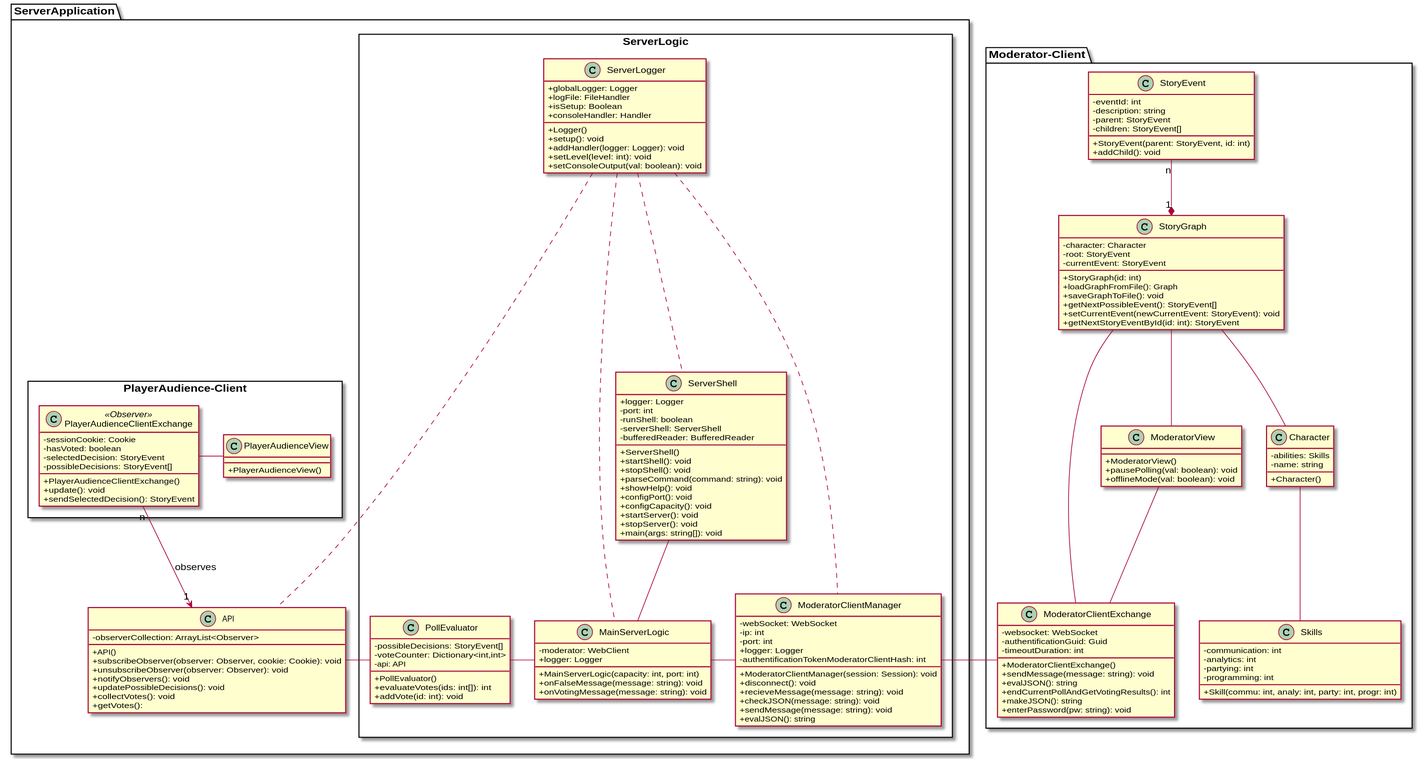
Before: Docs/Technical Specifications/docs/diagrams/ClassDiagrams/ClassDiagram.svg, a diagram exported from PlantUML (Brotenko/QualityQuest).
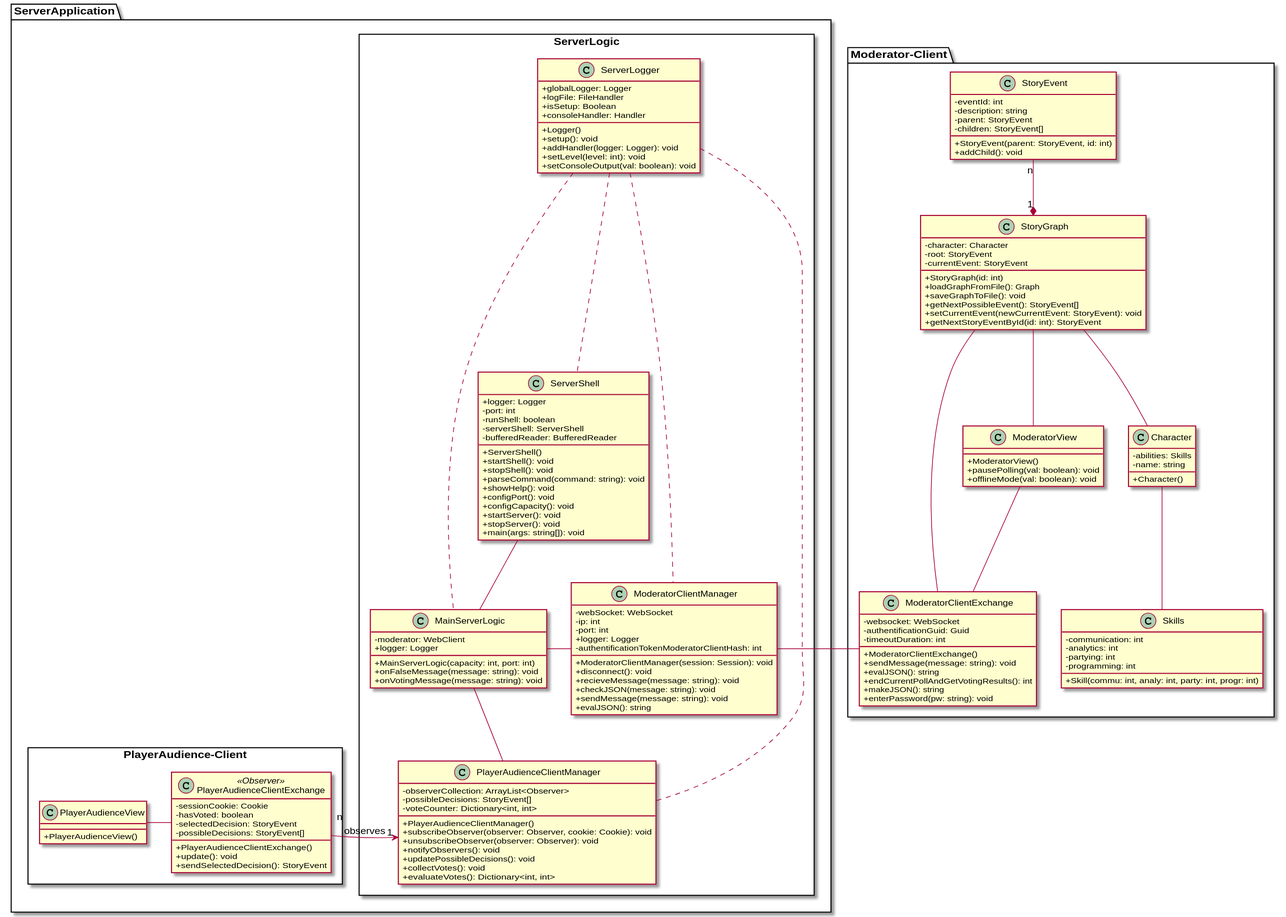
The same file after the commit.

Commit message:
combined API and PollEvaluator Class, removed entry for ServerApplication

Diff of the diagram source:
```diff
@@ -65,16 +65,7 @@
 }
 
 package "ServerApplication" {
-   class "API" as api {
-        {field} -observerCollection: ArrayList<Observer>
-        {method} +API()
-        {method} +subscribeObserver(observer: Observer, cookie: Cookie): void
-        {method} +unsubscribeObserver(observer: Observer): void
-        {method} +notifyObservers(): void
-        {method} +updatePossibleDecisions(): void
-        {method} +collectVotes(): void
-        {method} +getVotes():
-  }
+
 
   package "ServerLogic" <<Rectangle>>{
     class "ServerShell" as ss {
@@ -119,13 +110,17 @@
 
     }
 
-    class "PollEvaluator" as pe {
-    {field} -possibleDecisions: StoryEvent[]
-    {field} -voteCounter: Dictionary<int,int>
-    {field} -api: API
-    {method} +PollEvaluator()
-    {method} +evaluateVotes(ids: int[]): int
-    {method} +addVote(id: int): void
+    class "PlayerAudienceClientManager" as api {
+        {field} -observerCollection: ArrayList<Observer>
+        {field} -possibleDecisions: StoryEvent[]
+        {field} -voteCounter: Dictionary<int, int>
+        {method} +PlayerAudienceClientManager()
+        {method} +subscribeObserver(observer: Observer, cookie: Cookie): void
+        {method} +unsubscribeObserver(observer: Observer): void
+        {method} +notifyObservers(): void
+        {method} +updatePossibleDecisions(): void
+        {method} +collectVotes(): void
+        {method} +evaluateVotes(): Dictionary<int, int>
   }
 
     class "ServerLogger" as sl {
@@ -157,14 +152,13 @@
   }
   ss -- msl
   msl - cm
-  msl -left- pe
-  pe -left- api
+  msl -down- api
   sl ... cm
   sl ... msl
   sl ... api
   sl ... ss
-  pace - pav
-  api "1" <-up- "n" pace : observes
+  pace -left- pav
+  api "1" <-right- "n" pace : observes
 }
 
 mcei -right- cm
```
